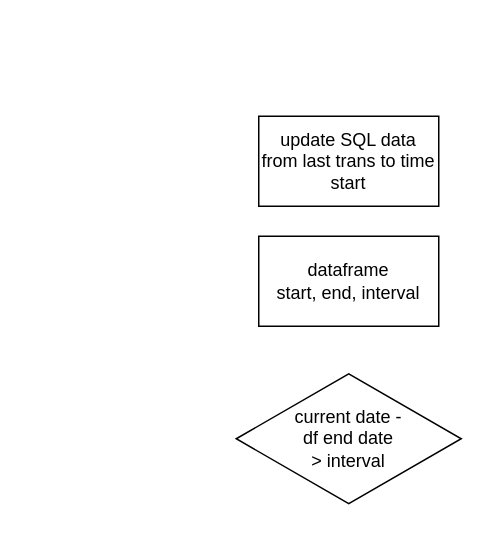
The draw.io diagram page "dataframe update" (2 of 2) of docs/algoTrade.drawio in Hardmun/trading, before the edit. Source tidied: cells renumbered, new cells numbered last; positions are measured from the earlier drawing's top-left corner, leaving out a move shared by most shapes. Both pictures are drawn from the tidied source at 150%, with x=0, y=0 at pixel (236, 116).
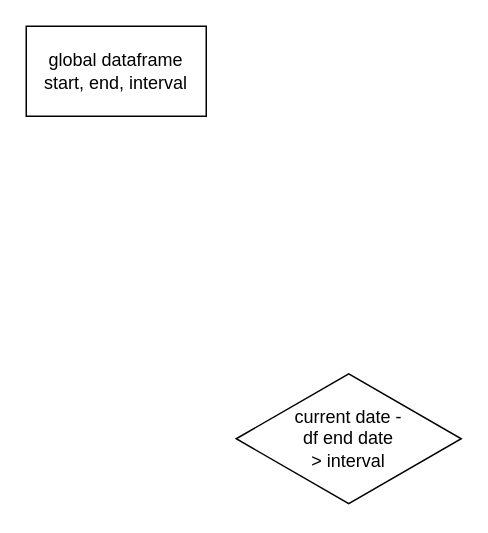
After the change.

What changed in the source:
```diff
@@
 <mxGraphModel>
   <root>
     <mxCell id="0" />
     <mxCell id="1" parent="0" />
-    <mxCell id="2" value="update SQL data&lt;br&gt;from last trans to time&lt;br&gt;start" style="rounded=0;whiteSpace=wrap;html=1;" parent="1" vertex="1">
-      <mxGeometry x="15" width="120" height="60" as="geometry" />
-    </mxCell>
     <mxCell id="3" value="current date - &lt;br&gt;df end date&lt;br&gt;&amp;gt; interval" style="html=1;whiteSpace=wrap;shape=isoRectangle;" parent="1" vertex="1">
       <mxGeometry y="170" width="150" height="90" as="geometry" />
     </mxCell>
-    <mxCell id="4" value="dataframe&lt;br&gt;start, end, interval" style="rounded=0;whiteSpace=wrap;html=1;" parent="1" vertex="1">
-      <mxGeometry x="15" y="80" width="120" height="60" as="geometry" />
+    <mxCell id="4" value="global dataframe&lt;br&gt;start, end, interval" style="rounded=0;whiteSpace=wrap;html=1;" parent="1" vertex="1">
+      <mxGeometry x="-140" y="-60" width="120" height="60" as="geometry" />
     </mxCell>
   </root>
 </mxGraphModel>
```
